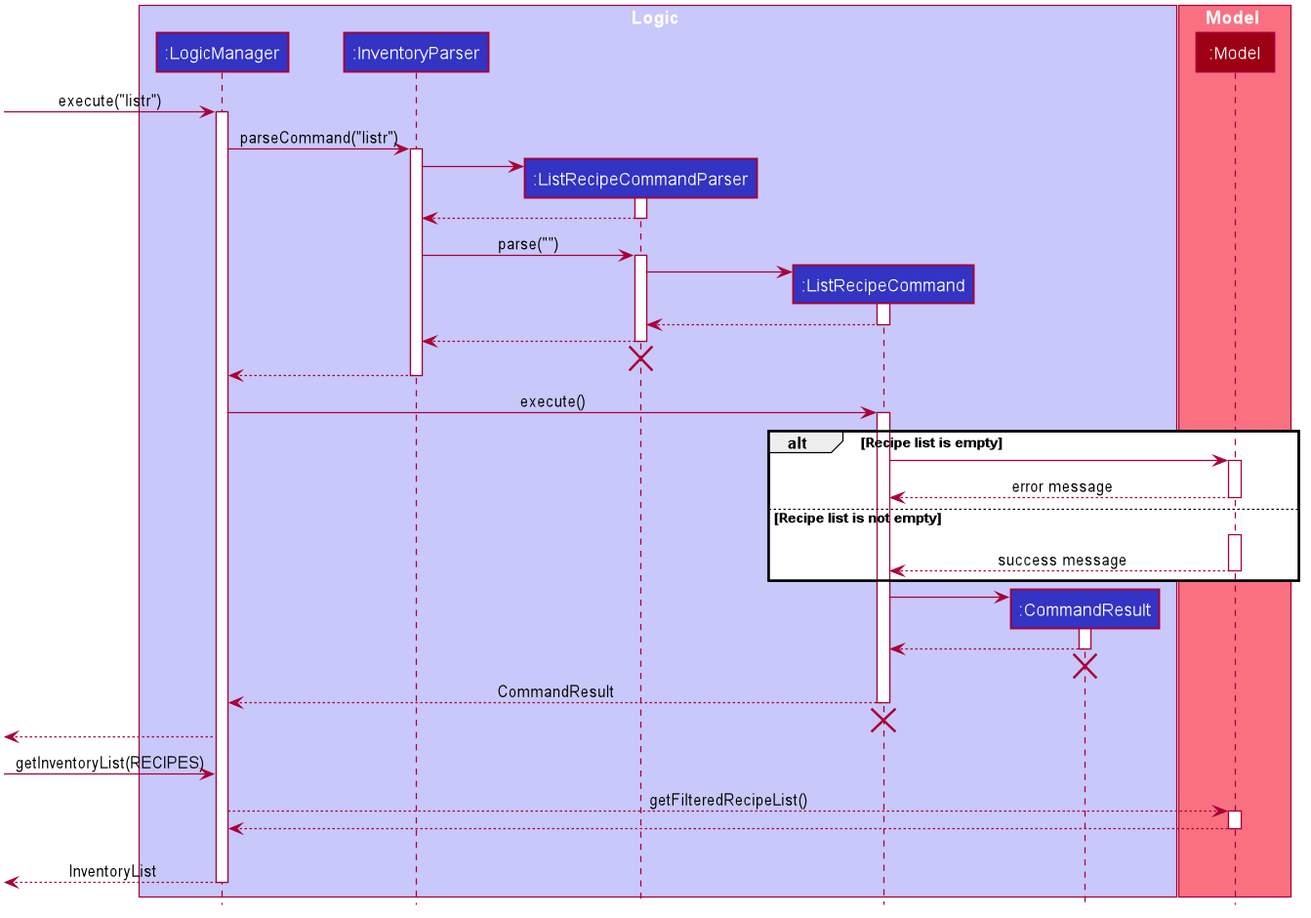
Earlier version of the PlantUML export docs/images/commandseqdiagrams/ListRecipeSequenceDiagram.png (nus-cs2103-AY2021S1/tp). Source of this version:
```plantuml
@startuml








skinparam BackgroundColor #FFFFFFF

skinparam Shadowing false

skinparam Class {
    FontColor #FFFFFF
    BorderThickness 1
    BorderColor #FFFFFF
    StereotypeFontColor #FFFFFF
    FontName Arial
}

skinparam Actor {
    BorderColor #000000
    Color #000000
    FontName Arial
}

skinparam Sequence {
    MessageAlign center
    BoxFontSize 15
    BoxPadding 0
    BoxFontColor #FFFFFF
    FontName Arial
}

skinparam Participant {
    FontColor #FFFFFFF
    Padding 20
}

skinparam MinClassWidth 50
skinparam ParticipantPadding 10
skinparam Shadowing false
skinparam DefaultTextAlignment center
skinparam packageStyle Rectangle

hide footbox
hide members
hide circle

box Logic #C8C8FA
participant ":LogicManager" as LogicManager #3333C4
participant ":InventoryParser" as InventoryParser #3333C4
participant ":ListRecipeCommandParser" as ListRecipeCommandParser #3333C4
participant ":ListRecipeCommand" as ListRecipeCommand #3333C4
participant ":CommandResult" as CommandResult #3333C4

end box

box Model #F97181
participant ":Model" as Model #9D0012
end box

[-> LogicManager : execute("listr")
activate LogicManager

LogicManager -> InventoryParser : parseCommand("listr")
activate InventoryParser

create ListRecipeCommandParser
InventoryParser -> ListRecipeCommandParser
activate ListRecipeCommandParser

ListRecipeCommandParser --> InventoryParser
deactivate ListRecipeCommandParser

InventoryParser -> ListRecipeCommandParser : parse("")
activate ListRecipeCommandParser

create ListRecipeCommand
ListRecipeCommandParser -> ListRecipeCommand
activate ListRecipeCommand

ListRecipeCommand --> ListRecipeCommandParser :
deactivate ListRecipeCommand

ListRecipeCommandParser --> InventoryParser :
deactivate ListRecipeCommandParser
ListRecipeCommandParser -[hidden]-> InventoryParser
destroy ListRecipeCommandParser

InventoryParser --> LogicManager :
deactivate InventoryParser

LogicManager -> ListRecipeCommand : execute()
activate ListRecipeCommand

alt Recipe list is empty
    ListRecipeCommand -> Model :
    activate Model
    Model --> ListRecipeCommand : error message
    deactivate Model
else Recipe list is not empty
    ListRecipeCommand -[hidden]->  Model
    activate Model
    Model --> ListRecipeCommand : success message
    deactivate Model
end


create CommandResult
ListRecipeCommand -> CommandResult
activate CommandResult

CommandResult --> ListRecipeCommand
deactivate CommandResult
CommandResult -[hidden]-> ListRecipeCommand
destroy CommandResult

ListRecipeCommand --> LogicManager : CommandResult
deactivate ListRecipeCommand
ListRecipeCommand -[hidden]-> LogicManager
destroy ListRecipeCommand

[<--LogicManager
[-> LogicManager : getInventoryList(RECIPES)

LogicManager --> Model : getFilteredRecipeList()
activate Model
Model --> LogicManager :
deactivate Model

CommandResult -[hidden]-> LogicManager
[<--LogicManager : InventoryList
deactivate LogicManager
@enduml
```
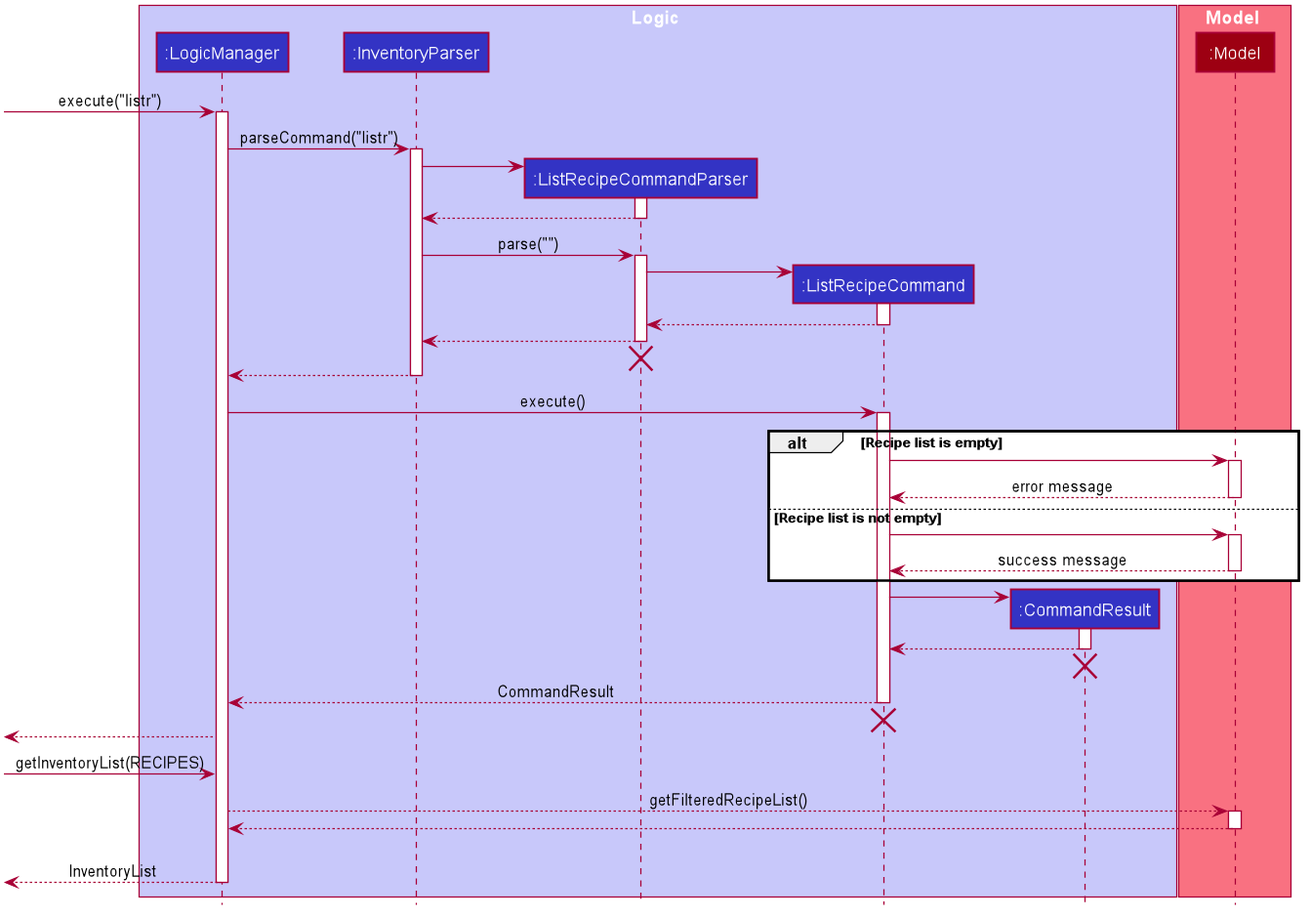
Above is the later version.

What changed in the source:
```diff
@@ -96,12 +96,12 @@
 activate ListRecipeCommand
 
 alt Recipe list is empty
-    ListRecipeCommand -> Model :
+    ListRecipeCommand -> Model
     activate Model
     Model --> ListRecipeCommand : error message
     deactivate Model
 else Recipe list is not empty
-    ListRecipeCommand -[hidden]->  Model
+    ListRecipeCommand -> Model
     activate Model
     Model --> ListRecipeCommand : success message
     deactivate Model
```
